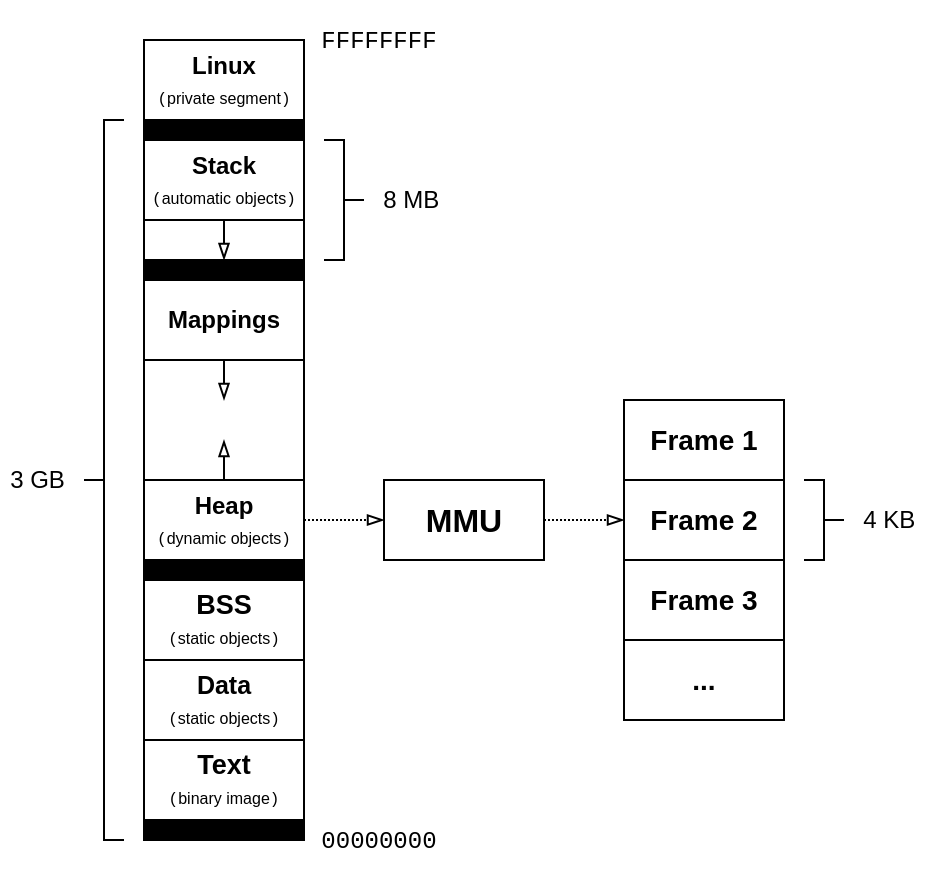
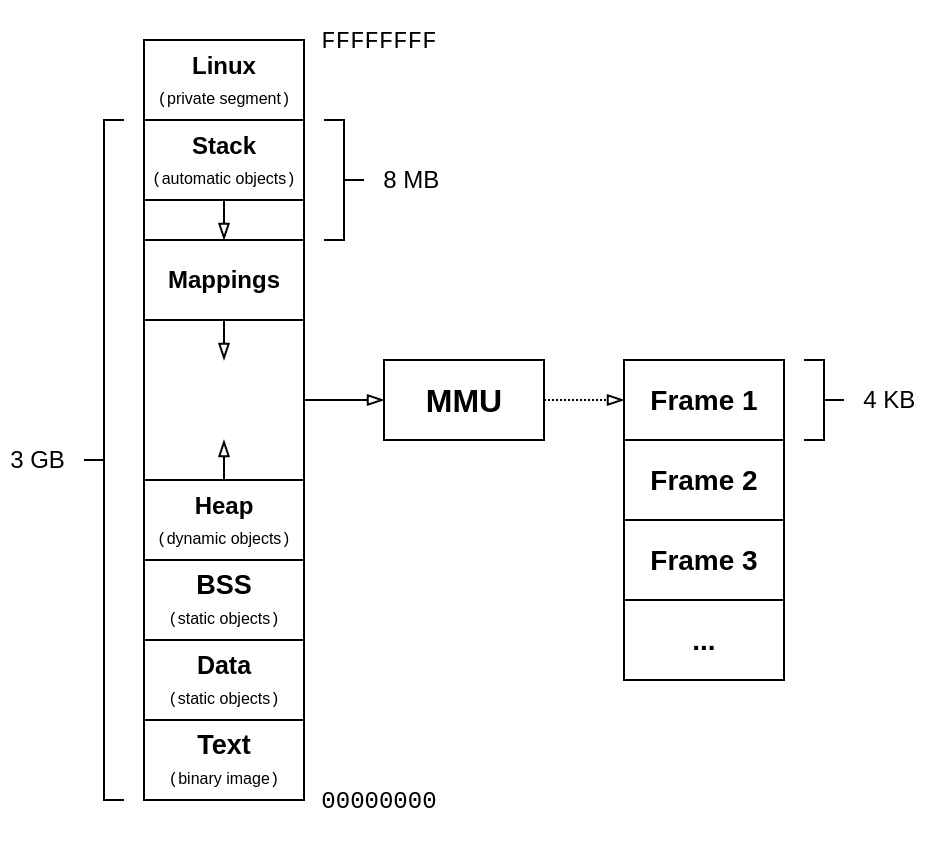
<mxfile host="app.diagrams.net" agent="Mozilla/5.0 (X11; Linux x86_64) AppleWebKit/537.36 (KHTML, like Gecko) Chrome/131.0.0.0 Safari/537.36">
  <diagram name="Страница — 1" id="VEveGzfzLPNnsSKiKBnb">
    <mxGraphModel dx="930" dy="547" grid="0" gridSize="10" guides="0" tooltips="1" connect="1" arrows="1" fold="1" page="0" pageScale="1" pageWidth="827" pageHeight="1169" math="0" shadow="0">
      <root>
        <mxCell id="0" />
        <mxCell id="1" parent="0" />
        <mxCell id="khdtYhaCzw99SLC-Dacm-15" parent="1" style="rounded=0;whiteSpace=wrap;html=1;strokeColor=none;fillColor=none;fontFamily=Helvetica;" value="&lt;b style=&quot;&quot;&gt;&lt;font&gt;Heap&lt;/font&gt;&lt;/b&gt;&lt;div&gt;&lt;font style=&quot;font-size: 8px;&quot;&gt;&lt;font face=&quot;Courier New&quot;&gt;(&lt;/font&gt;dynamic objects&lt;font face=&quot;Courier New&quot;&gt;)&lt;/font&gt;&lt;/font&gt;&lt;/div&gt;" vertex="1">
-           <mxGeometry height="40" width="80" x="360" y="370" as="geometry" />
+           <mxGeometry height="40" width="80" x="360" y="390" as="geometry" />
        </mxCell>
        <mxCell id="khdtYhaCzw99SLC-Dacm-1" parent="1" style="rounded=0;whiteSpace=wrap;html=1;fillColor=none;fontFamily=Helvetica;" value="&lt;font style=&quot;&quot;&gt;&lt;font style=&quot;&quot;&gt;&lt;font face=&quot;Helvetica&quot;&gt;&lt;b style=&quot;&quot;&gt;Linux&lt;/b&gt;&lt;/font&gt;&lt;br&gt;&lt;font face=&quot;Courier New&quot; style=&quot;font-size: 8px;&quot;&gt;(&lt;/font&gt;&lt;span style=&quot;font-size: 8px;&quot;&gt;private segment&lt;/span&gt;&lt;font face=&quot;Courier New&quot; style=&quot;font-size: 8px;&quot;&gt;)&lt;/font&gt;&lt;/font&gt;&lt;/font&gt;" vertex="1">
-           <mxGeometry height="40" width="80" x="360" y="150" as="geometry" />
+           <mxGeometry height="40" width="80" x="360" y="170" as="geometry" />
        </mxCell>
        <mxCell id="khdtYhaCzw99SLC-Dacm-3" parent="1" style="rounded=0;whiteSpace=wrap;html=1;strokeColor=none;fillColor=none;fontFamily=Helvetica;" value="&lt;b style=&quot;&quot;&gt;&lt;font&gt;Stack&lt;/font&gt;&lt;/b&gt;&lt;div&gt;&lt;font style=&quot;font-size: 8px;&quot;&gt;&lt;font face=&quot;Courier New&quot;&gt;(&lt;/font&gt;automatic objects&lt;font face=&quot;Courier New&quot;&gt;)&lt;/font&gt;&lt;/font&gt;&lt;/div&gt;" vertex="1">
-           <mxGeometry height="40" width="80" x="360" y="200" as="geometry" />
+           <mxGeometry height="40" width="80" x="360" y="210" as="geometry" />
        </mxCell>
        <mxCell id="khdtYhaCzw99SLC-Dacm-34" edge="1" parent="1" style="endArrow=none;html=1;strokeWidth=1;rounded=0;exitX=0;exitY=1;exitDx=0;exitDy=0;fontFamily=Helvetica;" value="">
          <mxGeometry height="50" relative="1" width="50" as="geometry">
-             <mxPoint x="360" y="370" as="sourcePoint" />
-             <mxPoint x="440" y="370" as="targetPoint" />
+             <mxPoint x="360" y="390" as="sourcePoint" />
+             <mxPoint x="440" y="390" as="targetPoint" />
          </mxGeometry>
        </mxCell>
        <mxCell id="khdtYhaCzw99SLC-Dacm-42" parent="1" style="rounded=0;whiteSpace=wrap;html=1;strokeColor=default;fillColor=none;fontFamily=Helvetica;" value="&lt;b style=&quot;&quot;&gt;&lt;font style=&quot;font-size: 12.5px;&quot;&gt;Data&lt;/font&gt;&lt;/b&gt;&lt;div&gt;&lt;font style=&quot;font-size: 8px;&quot;&gt;&lt;font face=&quot;Courier New&quot;&gt;(&lt;/font&gt;static objects&lt;font face=&quot;Courier New&quot;&gt;)&lt;/font&gt;&lt;/font&gt;&lt;/div&gt;" vertex="1">
-           <mxGeometry height="40" width="80" x="360" y="460" as="geometry" />
+           <mxGeometry height="40" width="80" x="360" y="470" as="geometry" />
        </mxCell>
        <mxCell id="khdtYhaCzw99SLC-Dacm-43" parent="1" style="rounded=0;whiteSpace=wrap;html=1;strokeColor=default;fillColor=none;fontFamily=Helvetica;" value="&lt;b style=&quot;&quot;&gt;&lt;font style=&quot;font-size: 13.5px;&quot;&gt;Text&lt;/font&gt;&lt;/b&gt;&lt;div&gt;&lt;font style=&quot;font-size: 8px;&quot;&gt;&lt;font face=&quot;Courier New&quot;&gt;(&lt;/font&gt;binary image&lt;font face=&quot;Courier New&quot;&gt;)&lt;/font&gt;&lt;/font&gt;&lt;/div&gt;" vertex="1">
-           <mxGeometry height="40" width="80" x="360" y="500" as="geometry" />
+           <mxGeometry height="40" width="80" x="360" y="510" as="geometry" />
        </mxCell>
        <mxCell id="khdtYhaCzw99SLC-Dacm-46" parent="1" style="text;html=1;strokeColor=none;fillColor=none;align=left;verticalAlign=middle;whiteSpace=wrap;rounded=0;fontFamily=Helvetica;" value="&lt;font&gt;&amp;nbsp; &lt;font face=&quot;Courier New&quot; style=&quot;&quot;&gt;00000000&lt;/font&gt;&lt;/font&gt;" vertex="1">
          <mxGeometry height="40" width="80" x="440" y="530" as="geometry" />
        </mxCell>
        <mxCell id="khdtYhaCzw99SLC-Dacm-49" parent="1" style="text;html=1;strokeColor=none;fillColor=none;align=right;verticalAlign=middle;whiteSpace=wrap;rounded=0;fontFamily=Helvetica;" value="&lt;font&gt;3 GB&lt;/font&gt;&lt;font style=&quot;font-size: 10px;&quot;&gt;&amp;nbsp;&amp;nbsp;&lt;/font&gt;" vertex="1">
-           <mxGeometry height="20" width="40" x="288" y="360" as="geometry" />
+           <mxGeometry height="20" width="40" x="288" y="370" as="geometry" />
        </mxCell>
        <mxCell id="khdtYhaCzw99SLC-Dacm-53" edge="1" parent="1" style="endArrow=none;html=1;rounded=0;entryX=0;entryY=1;entryDx=0;entryDy=0;fontFamily=Helvetica;" target="khdtYhaCzw99SLC-Dacm-1" value="">
          <mxGeometry height="50" relative="1" width="50" as="geometry">
            <mxPoint x="360" y="310" as="sourcePoint" />
            <mxPoint x="150" y="220" as="targetPoint" />
          </mxGeometry>
        </mxCell>
        <mxCell id="cbG0LDzf9TAqD4d8shDT-7" edge="1" parent="1" source="khdtYhaCzw99SLC-Dacm-15" style="endArrow=none;html=1;rounded=0;entryX=1;entryY=1;entryDx=0;entryDy=0;exitX=1;exitY=1;exitDx=0;exitDy=0;fontFamily=Helvetica;" target="khdtYhaCzw99SLC-Dacm-1" value="">
          <mxGeometry height="50" relative="1" width="50" as="geometry">
            <mxPoint x="439.9999999999999" y="390" as="sourcePoint" />
            <mxPoint x="580" y="310" as="targetPoint" />
          </mxGeometry>
        </mxCell>
        <mxCell id="cbG0LDzf9TAqD4d8shDT-26" edge="1" parent="1" source="khdtYhaCzw99SLC-Dacm-15" style="endArrow=none;html=1;rounded=0;exitX=0;exitY=1;exitDx=0;exitDy=0;fontFamily=Helvetica;" value="">
          <mxGeometry height="50" relative="1" width="50" as="geometry">
            <Array as="points" />
            <mxPoint x="359.9999999999999" y="390" as="sourcePoint" />
            <mxPoint x="360" y="310" as="targetPoint" />
          </mxGeometry>
        </mxCell>
        <mxCell id="cbG0LDzf9TAqD4d8shDT-45" parent="1" style="shape=curlyBracket;whiteSpace=wrap;html=1;rounded=0;flipH=1;labelPosition=right;verticalLabelPosition=middle;align=left;verticalAlign=middle;direction=west;fontFamily=Helvetica;" value="" vertex="1">
-           <mxGeometry height="360" width="20" x="330" y="190" as="geometry" />
-         </mxCell>
-         <mxCell id="D9ZIIw_PFDN3URD8yPiD-1" parent="1" style="rounded=0;whiteSpace=wrap;html=1;strokeColor=default;fillColor=#000000;fontFamily=Helvetica;" value="" vertex="1">
-           <mxGeometry height="10" width="80" x="360" y="540" as="geometry" />
-         </mxCell>
-         <mxCell id="D9ZIIw_PFDN3URD8yPiD-3" parent="1" style="rounded=0;whiteSpace=wrap;html=1;strokeColor=default;fillColor=#000000;fontFamily=Helvetica;" value="" vertex="1">
-           <mxGeometry height="10" width="80" x="360" y="410" as="geometry" />
+           <mxGeometry height="340" width="20" x="330" y="210" as="geometry" />
        </mxCell>
        <mxCell id="D9ZIIw_PFDN3URD8yPiD-4" parent="1" style="rounded=0;whiteSpace=wrap;html=1;strokeColor=default;fillColor=none;fontFamily=Helvetica;" value="&lt;div&gt;&lt;b style=&quot;background-color: transparent; color: light-dark(rgb(0, 0, 0), rgb(255, 255, 255));&quot;&gt;&lt;font&gt;Mappings&lt;/font&gt;&lt;/b&gt;&lt;/div&gt;" vertex="1">
          <mxGeometry height="40" width="80" x="360" y="270" as="geometry" />
        </mxCell>
-         <mxCell id="D9ZIIw_PFDN3URD8yPiD-5" parent="1" style="rounded=0;whiteSpace=wrap;html=1;strokeColor=default;fillColor=#000000;fontFamily=Helvetica;" value="" vertex="1">
-           <mxGeometry height="10" width="80" x="360" y="260" as="geometry" />
-         </mxCell>
        <mxCell id="D9ZIIw_PFDN3URD8yPiD-6" parent="1" style="shape=curlyBracket;whiteSpace=wrap;html=1;rounded=0;flipH=1;labelPosition=right;verticalLabelPosition=middle;align=left;verticalAlign=middle;direction=east;fontFamily=Helvetica;" value="" vertex="1">
-           <mxGeometry height="60" width="20" x="450" y="200" as="geometry" />
+           <mxGeometry height="60" width="20" x="450" y="210" as="geometry" />
        </mxCell>
        <mxCell id="D9ZIIw_PFDN3URD8yPiD-7" parent="1" style="text;html=1;strokeColor=none;fillColor=none;align=left;verticalAlign=middle;whiteSpace=wrap;rounded=0;fontFamily=Helvetica;" value="&lt;font&gt;&amp;nbsp; 8 MB&lt;/font&gt;" vertex="1">
-           <mxGeometry height="20" width="40" x="471" y="220" as="geometry" />
+           <mxGeometry height="20" width="40" x="471" y="230" as="geometry" />
        </mxCell>
        <mxCell id="D9ZIIw_PFDN3URD8yPiD-8" edge="1" parent="1" style="endArrow=none;html=1;rounded=0;fontFamily=Helvetica;entryX=1;entryY=1;entryDx=0;entryDy=0;" target="khdtYhaCzw99SLC-Dacm-3" value="">
          <mxGeometry height="50" relative="1" width="50" as="geometry">
-             <mxPoint x="360" y="240" as="sourcePoint" />
-             <mxPoint x="450" y="300" as="targetPoint" />
+             <mxPoint x="360" y="250" as="sourcePoint" />
+             <mxPoint x="450" y="310" as="targetPoint" />
          </mxGeometry>
-         </mxCell>
-         <mxCell id="D9ZIIw_PFDN3URD8yPiD-9" parent="1" style="rounded=0;whiteSpace=wrap;html=1;strokeColor=default;fillColor=#000000;fontFamily=Helvetica;" value="" vertex="1">
-           <mxGeometry height="10" width="80" x="360" y="190" as="geometry" />
        </mxCell>
        <mxCell id="_WEbEVUjuKZXciAz7EJF-1" edge="1" parent="1" style="endArrow=blockThin;html=1;rounded=0;endFill=0;endSize=6;" value="">
          <mxGeometry height="50" relative="1" width="50" as="geometry">
-             <mxPoint x="400" y="240" as="sourcePoint" />
-             <mxPoint x="400" y="260" as="targetPoint" />
+             <mxPoint x="400" y="250" as="sourcePoint" />
+             <mxPoint x="400" y="270" as="targetPoint" />
          </mxGeometry>
        </mxCell>
        <mxCell id="_WEbEVUjuKZXciAz7EJF-2" edge="1" parent="1" style="endArrow=blockThin;html=1;rounded=0;endFill=0;endSize=6;" value="">
          <mxGeometry height="50" relative="1" width="50" as="geometry">
-             <mxPoint x="400" y="370" as="sourcePoint" />
-             <mxPoint x="400" y="350" as="targetPoint" />
+             <mxPoint x="400" y="390" as="sourcePoint" />
+             <mxPoint x="400" y="370" as="targetPoint" />
          </mxGeometry>
        </mxCell>
        <mxCell id="_WEbEVUjuKZXciAz7EJF-3" parent="1" style="rounded=0;whiteSpace=wrap;html=1;strokeColor=default;fillColor=none;fontFamily=Helvetica;" value="&lt;b style=&quot;&quot;&gt;&lt;font style=&quot;font-size: 13.5px;&quot;&gt;BSS&lt;/font&gt;&lt;/b&gt;&lt;div&gt;&lt;font style=&quot;font-size: 8px;&quot;&gt;&lt;font face=&quot;Courier New&quot;&gt;(&lt;/font&gt;static objects&lt;font face=&quot;Courier New&quot;&gt;)&lt;/font&gt;&lt;/font&gt;&lt;/div&gt;" vertex="1">
-           <mxGeometry height="40" width="80" x="360" y="420" as="geometry" />
+           <mxGeometry height="40" width="80" x="360" y="430" as="geometry" />
        </mxCell>
        <mxCell id="_WEbEVUjuKZXciAz7EJF-5" edge="1" parent="1" source="D9ZIIw_PFDN3URD8yPiD-4" style="endArrow=blockThin;html=1;rounded=0;endFill=0;endSize=6;exitX=0.5;exitY=1;exitDx=0;exitDy=0;" value="">
          <mxGeometry height="50" relative="1" width="50" as="geometry">
            <mxPoint x="520" y="360" as="sourcePoint" />
            <mxPoint x="400" y="330" as="targetPoint" />
          </mxGeometry>
        </mxCell>
        <mxCell id="_WEbEVUjuKZXciAz7EJF-16" parent="1" style="rounded=0;whiteSpace=wrap;html=1;fillColor=none;fontStyle=0;fontSize=14;" value="&lt;b&gt;Frame 3&lt;/b&gt;" vertex="1">
          <mxGeometry height="40" width="80" x="600" y="410" as="geometry" />
        </mxCell>
        <mxCell id="_WEbEVUjuKZXciAz7EJF-17" parent="1" style="rounded=0;whiteSpace=wrap;html=1;fillColor=none;fontStyle=0" value="&lt;span&gt;&lt;font style=&quot;font-size: 14px;&quot;&gt;&lt;b style=&quot;&quot;&gt;Frame 1&lt;/b&gt;&lt;/font&gt;&lt;/span&gt;" vertex="1">
          <mxGeometry height="40" width="80" x="600" y="330" as="geometry" />
        </mxCell>
        <mxCell id="_WEbEVUjuKZXciAz7EJF-18" parent="1" style="rounded=0;whiteSpace=wrap;html=1;fillColor=none;fontStyle=0;fontSize=12;" value="&lt;b&gt;&lt;font style=&quot;font-size: 14px;&quot;&gt;Frame 2&lt;/font&gt;&lt;/b&gt;" vertex="1">
          <mxGeometry height="40" width="80" x="600" y="370" as="geometry" />
        </mxCell>
        <mxCell id="_WEbEVUjuKZXciAz7EJF-22" parent="1" style="rounded=0;whiteSpace=wrap;html=1;fillColor=none;fontStyle=0;fontSize=14;" value="&lt;span&gt;&lt;font&gt;&lt;b&gt;...&lt;/b&gt;&lt;/font&gt;&lt;/span&gt;" vertex="1">
          <mxGeometry height="40" width="80" x="600" y="450" as="geometry" />
        </mxCell>
-         <mxCell id="_WEbEVUjuKZXciAz7EJF-27" edge="1" parent="1" source="khdtYhaCzw99SLC-Dacm-15" style="endArrow=blockThin;html=1;rounded=0;endFill=0;endSize=6;exitX=1;exitY=0.5;exitDx=0;exitDy=0;startSize=6;dashed=1;dashPattern=1 1;" value="">
+         <mxCell id="_WEbEVUjuKZXciAz7EJF-27" edge="1" parent="1" style="endArrow=blockThin;html=1;rounded=0;endFill=0;endSize=6;startSize=6;entryX=0;entryY=0.5;entryDx=0;entryDy=0;" target="JxzPWPynDaTpfTcK1kPn-1" value="">
          <mxGeometry height="50" relative="1" width="50" as="geometry">
            <Array as="points" />
-             <mxPoint x="560" y="390" as="sourcePoint" />
-             <mxPoint x="480" y="390" as="targetPoint" />
+             <mxPoint x="440" y="350" as="sourcePoint" />
+             <mxPoint x="480" y="370" as="targetPoint" />
          </mxGeometry>
        </mxCell>
        <mxCell id="t7QJlPCxjqazatDBCEHc-14" parent="1" style="shape=curlyBracket;whiteSpace=wrap;html=1;rounded=0;flipH=1;labelPosition=right;verticalLabelPosition=middle;align=left;verticalAlign=middle;direction=east;fontFamily=Helvetica;" value="" vertex="1">
-           <mxGeometry height="40" width="20" x="690" y="370" as="geometry" />
+           <mxGeometry height="40" width="20" x="690" y="330" as="geometry" />
        </mxCell>
        <mxCell id="t7QJlPCxjqazatDBCEHc-15" parent="1" style="text;html=1;strokeColor=none;fillColor=none;align=left;verticalAlign=middle;whiteSpace=wrap;rounded=0;fontFamily=Helvetica;" value="&lt;font&gt;&amp;nbsp; 4 KB&lt;/font&gt;" vertex="1">
-           <mxGeometry height="20" width="40" x="711" y="380" as="geometry" />
+           <mxGeometry height="20" width="40" x="711" y="340" as="geometry" />
        </mxCell>
        <mxCell id="0wHa761UojIN6rxzBSYe-1" parent="1" style="text;html=1;strokeColor=none;fillColor=none;align=left;verticalAlign=middle;whiteSpace=wrap;rounded=0;fontFamily=Helvetica;" value="&lt;font&gt;&amp;nbsp; &lt;font face=&quot;Courier New&quot; style=&quot;&quot;&gt;FFFFFFFF&lt;/font&gt;&lt;/font&gt;" vertex="1">
-           <mxGeometry height="40" width="80" x="440" y="130" as="geometry" />
+           <mxGeometry height="40" width="80" x="440" y="150" as="geometry" />
        </mxCell>
        <mxCell id="JxzPWPynDaTpfTcK1kPn-1" parent="1" style="rounded=0;whiteSpace=wrap;html=1;fillColor=none;fontStyle=0" value="&lt;span&gt;&lt;font style=&quot;font-size: 16px;&quot;&gt;&lt;b style=&quot;&quot;&gt;MMU&lt;/b&gt;&lt;/font&gt;&lt;/span&gt;" vertex="1">
-           <mxGeometry height="40" width="80" x="480" y="370" as="geometry" />
+           <mxGeometry height="40" width="80" x="480" y="330" as="geometry" />
        </mxCell>
-         <mxCell id="JxzPWPynDaTpfTcK1kPn-2" edge="1" parent="1" source="JxzPWPynDaTpfTcK1kPn-1" style="endArrow=blockThin;html=1;rounded=0;endFill=0;endSize=6;exitX=1;exitY=0.5;exitDx=0;exitDy=0;startSize=6;entryX=0;entryY=0.5;entryDx=0;entryDy=0;dashed=1;dashPattern=1 1;" target="_WEbEVUjuKZXciAz7EJF-18" value="">
+         <mxCell id="JxzPWPynDaTpfTcK1kPn-2" edge="1" parent="1" source="JxzPWPynDaTpfTcK1kPn-1" style="endArrow=blockThin;html=1;rounded=0;endFill=0;endSize=6;exitX=1;exitY=0.5;exitDx=0;exitDy=0;startSize=6;entryX=0;entryY=0.5;entryDx=0;entryDy=0;dashed=1;dashPattern=1 1;" target="_WEbEVUjuKZXciAz7EJF-17" value="">
          <mxGeometry height="50" relative="1" width="50" as="geometry">
            <Array as="points" />
-             <mxPoint x="540" y="440" as="sourcePoint" />
-             <mxPoint x="580" y="440" as="targetPoint" />
+             <mxPoint x="540" y="400" as="sourcePoint" />
+             <mxPoint x="580" y="400" as="targetPoint" />
          </mxGeometry>
        </mxCell>
      </root>
    </mxGraphModel>
  </diagram>
</mxfile>
